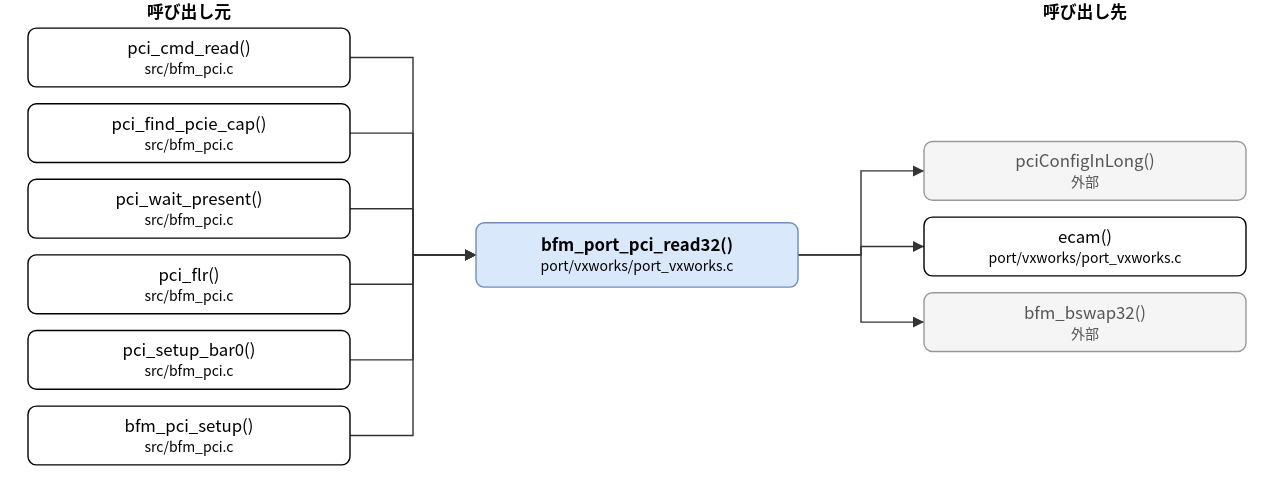
Before: doc/spec/images/call_port_vxworks_port_vxworks__bfm_port_pci_read32.drawio.svg, a diagram exported from draw.io (hf355051012-ai/bfmem). Source tidied: cells renumbered, new cells last; positions are measured from the earlier drawing's top-left corner, leaving out a move shared by most shapes. Source of this version:
```xml
<mxGraphModel>
  <root>
    <mxCell id="0" />
    <mxCell id="1" parent="0" />
    <mxCell id="2" value="bfm_port_pci_read32()&lt;br&gt;&lt;font style=&quot;font-size:10px&quot;&gt;port/vxworks/port_vxworks.c&lt;/font&gt;" style="rounded=1;whiteSpace=wrap;html=1;fillColor=#dae8fc;strokeColor=#6c8ebf;fontStyle=1;" parent="1" vertex="1">
      <mxGeometry x="320" y="159" width="230" height="46" as="geometry" />
    </mxCell>
    <mxCell id="3" value="pci_cmd_read()&lt;br&gt;&lt;font style=&quot;font-size:10px&quot;&gt;src/bfm_pci.c&lt;/font&gt;" style="rounded=1;whiteSpace=wrap;html=1;" parent="1" vertex="1">
      <mxGeometry y="20" width="230" height="42" as="geometry" />
    </mxCell>
    <mxCell id="4" value="pci_find_pcie_cap()&lt;br&gt;&lt;font style=&quot;font-size:10px&quot;&gt;src/bfm_pci.c&lt;/font&gt;" style="rounded=1;whiteSpace=wrap;html=1;" parent="1" vertex="1">
      <mxGeometry y="74" width="230" height="42" as="geometry" />
    </mxCell>
    <mxCell id="5" value="pci_wait_present()&lt;br&gt;&lt;font style=&quot;font-size:10px&quot;&gt;src/bfm_pci.c&lt;/font&gt;" style="rounded=1;whiteSpace=wrap;html=1;" parent="1" vertex="1">
      <mxGeometry y="128" width="230" height="42" as="geometry" />
    </mxCell>
    <mxCell id="6" value="pci_flr()&lt;br&gt;&lt;font style=&quot;font-size:10px&quot;&gt;src/bfm_pci.c&lt;/font&gt;" style="rounded=1;whiteSpace=wrap;html=1;" parent="1" vertex="1">
      <mxGeometry y="182" width="230" height="42" as="geometry" />
    </mxCell>
    <mxCell id="7" value="pci_setup_bar0()&lt;br&gt;&lt;font style=&quot;font-size:10px&quot;&gt;src/bfm_pci.c&lt;/font&gt;" style="rounded=1;whiteSpace=wrap;html=1;" parent="1" vertex="1">
      <mxGeometry y="236" width="230" height="42" as="geometry" />
    </mxCell>
    <mxCell id="8" value="bfm_pci_setup()&lt;br&gt;&lt;font style=&quot;font-size:10px&quot;&gt;src/bfm_pci.c&lt;/font&gt;" style="rounded=1;whiteSpace=wrap;html=1;" parent="1" vertex="1">
      <mxGeometry y="290" width="230" height="42" as="geometry" />
    </mxCell>
    <mxCell id="9" value="pciConfigInLong()&lt;br&gt;&lt;font style=&quot;font-size:10px&quot;&gt;外部&lt;/font&gt;" style="rounded=1;whiteSpace=wrap;html=1;fillColor=#f5f5f5;strokeColor=#999999;fontColor=#555555;" parent="1" vertex="1">
      <mxGeometry x="640" y="101" width="230" height="42" as="geometry" />
    </mxCell>
    <mxCell id="10" value="ecam()&lt;br&gt;&lt;font style=&quot;font-size:10px&quot;&gt;port/vxworks/port_vxworks.c&lt;/font&gt;" style="rounded=1;whiteSpace=wrap;html=1;" parent="1" vertex="1">
      <mxGeometry x="640" y="155" width="230" height="42" as="geometry" />
    </mxCell>
    <mxCell id="11" value="bfm_bswap32()&lt;br&gt;&lt;font style=&quot;font-size:10px&quot;&gt;外部&lt;/font&gt;" style="rounded=1;whiteSpace=wrap;html=1;fillColor=#f5f5f5;strokeColor=#999999;fontColor=#555555;" parent="1" vertex="1">
      <mxGeometry x="640" y="209" width="230" height="42" as="geometry" />
    </mxCell>
    <mxCell id="12" style="edgeStyle=none;html=1;rounded=0;endArrow=block;endFill=1;exitX=1.0000;exitY=0.5000;exitDx=0;exitDy=0;exitPerimeter=0;entryX=0.0000;entryY=0.5000;entryDx=0;entryDy=0;entryPerimeter=0;" parent="1" edge="1" source="3" target="2">
      <mxGeometry relative="1" as="geometry">
        <Array as="points">
          <mxPoint x="275" y="41" />
          <mxPoint x="275" y="182" />
        </Array>
      </mxGeometry>
    </mxCell>
    <mxCell id="13" style="edgeStyle=none;html=1;rounded=0;endArrow=block;endFill=1;exitX=1.0000;exitY=0.5000;exitDx=0;exitDy=0;exitPerimeter=0;entryX=0.0000;entryY=0.5000;entryDx=0;entryDy=0;entryPerimeter=0;" parent="1" edge="1" source="4" target="2">
      <mxGeometry relative="1" as="geometry">
        <Array as="points">
          <mxPoint x="275" y="95" />
          <mxPoint x="275" y="182" />
        </Array>
      </mxGeometry>
    </mxCell>
    <mxCell id="14" style="edgeStyle=none;html=1;rounded=0;endArrow=block;endFill=1;exitX=1.0000;exitY=0.5000;exitDx=0;exitDy=0;exitPerimeter=0;entryX=0.0000;entryY=0.5000;entryDx=0;entryDy=0;entryPerimeter=0;" parent="1" edge="1" source="5" target="2">
      <mxGeometry relative="1" as="geometry">
        <Array as="points">
          <mxPoint x="275" y="149" />
          <mxPoint x="275" y="182" />
        </Array>
      </mxGeometry>
    </mxCell>
    <mxCell id="15" style="edgeStyle=none;html=1;rounded=0;endArrow=block;endFill=1;exitX=1.0000;exitY=0.5000;exitDx=0;exitDy=0;exitPerimeter=0;entryX=0.0000;entryY=0.5000;entryDx=0;entryDy=0;entryPerimeter=0;" parent="1" edge="1" source="6" target="2">
      <mxGeometry relative="1" as="geometry">
        <Array as="points">
          <mxPoint x="275" y="203" />
          <mxPoint x="275" y="182" />
        </Array>
      </mxGeometry>
    </mxCell>
    <mxCell id="16" style="edgeStyle=none;html=1;rounded=0;endArrow=block;endFill=1;exitX=1.0000;exitY=0.5000;exitDx=0;exitDy=0;exitPerimeter=0;entryX=0.0000;entryY=0.5000;entryDx=0;entryDy=0;entryPerimeter=0;" parent="1" edge="1" source="7" target="2">
      <mxGeometry relative="1" as="geometry">
        <Array as="points">
          <mxPoint x="275" y="257" />
          <mxPoint x="275" y="182" />
        </Array>
      </mxGeometry>
    </mxCell>
    <mxCell id="17" style="edgeStyle=none;html=1;rounded=0;endArrow=block;endFill=1;exitX=1.0000;exitY=0.5000;exitDx=0;exitDy=0;exitPerimeter=0;entryX=0.0000;entryY=0.5000;entryDx=0;entryDy=0;entryPerimeter=0;" parent="1" edge="1" source="8" target="2">
      <mxGeometry relative="1" as="geometry">
        <Array as="points">
          <mxPoint x="275" y="311" />
          <mxPoint x="275" y="182" />
        </Array>
      </mxGeometry>
    </mxCell>
    <mxCell id="18" style="edgeStyle=none;html=1;rounded=0;endArrow=block;endFill=1;exitX=1.0000;exitY=0.5000;exitDx=0;exitDy=0;exitPerimeter=0;entryX=0.0000;entryY=0.5000;entryDx=0;entryDy=0;entryPerimeter=0;" parent="1" edge="1" source="2" target="9">
      <mxGeometry relative="1" as="geometry">
        <Array as="points">
          <mxPoint x="595" y="182" />
          <mxPoint x="595" y="122" />
        </Array>
      </mxGeometry>
    </mxCell>
    <mxCell id="19" style="edgeStyle=none;html=1;rounded=0;endArrow=block;endFill=1;exitX=1.0000;exitY=0.5000;exitDx=0;exitDy=0;exitPerimeter=0;entryX=0.0000;entryY=0.5000;entryDx=0;entryDy=0;entryPerimeter=0;" parent="1" edge="1" source="2" target="10">
      <mxGeometry relative="1" as="geometry">
        <Array as="points">
          <mxPoint x="595" y="182" />
          <mxPoint x="595" y="176" />
        </Array>
      </mxGeometry>
    </mxCell>
    <mxCell id="20" style="edgeStyle=none;html=1;rounded=0;endArrow=block;endFill=1;exitX=1.0000;exitY=0.5000;exitDx=0;exitDy=0;exitPerimeter=0;entryX=0.0000;entryY=0.5000;entryDx=0;entryDy=0;entryPerimeter=0;" parent="1" edge="1" source="2" target="11">
      <mxGeometry relative="1" as="geometry">
        <Array as="points">
          <mxPoint x="595" y="182" />
          <mxPoint x="595" y="230" />
        </Array>
      </mxGeometry>
    </mxCell>
    <mxCell id="21" value="呼び出し元" style="text;html=1;align=center;fontStyle=1;" parent="1" vertex="1">
      <mxGeometry x="35" width="160" height="18" as="geometry" />
    </mxCell>
    <mxCell id="22" value="呼び出し先" style="text;html=1;align=center;fontStyle=1;" parent="1" vertex="1">
      <mxGeometry x="675" width="160" height="18" as="geometry" />
    </mxCell>
  </root>
</mxGraphModel>
```
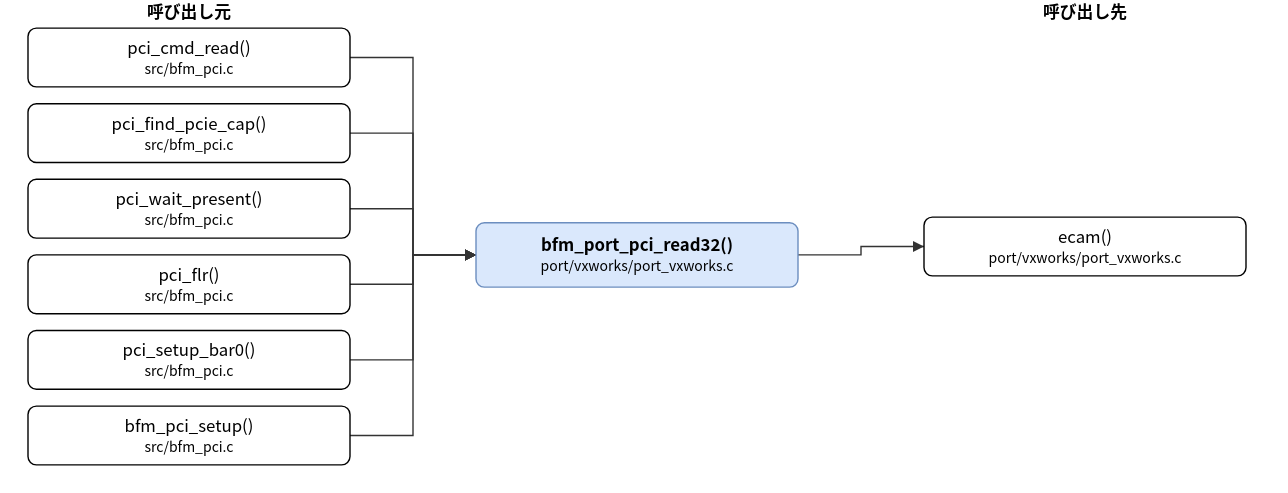
The same diagram one commit later.

The edit, as a diff of the source:
```diff
@@ -23,15 +23,9 @@
     <mxCell id="8" value="bfm_pci_setup()&lt;br&gt;&lt;font style=&quot;font-size:10px&quot;&gt;src/bfm_pci.c&lt;/font&gt;" style="rounded=1;whiteSpace=wrap;html=1;" parent="1" vertex="1">
       <mxGeometry y="290" width="230" height="42" as="geometry" />
     </mxCell>
-    <mxCell id="9" value="pciConfigInLong()&lt;br&gt;&lt;font style=&quot;font-size:10px&quot;&gt;外部&lt;/font&gt;" style="rounded=1;whiteSpace=wrap;html=1;fillColor=#f5f5f5;strokeColor=#999999;fontColor=#555555;" parent="1" vertex="1">
-      <mxGeometry x="640" y="101" width="230" height="42" as="geometry" />
+    <mxCell id="9" value="ecam()&lt;br&gt;&lt;font style=&quot;font-size:10px&quot;&gt;port/vxworks/port_vxworks.c&lt;/font&gt;" style="rounded=1;whiteSpace=wrap;html=1;" parent="1" vertex="1">
+      <mxGeometry x="640" y="155" width="230" height="42" as="geometry" />
     </mxCell>
-    <mxCell id="10" value="ecam()&lt;br&gt;&lt;font style=&quot;font-size:10px&quot;&gt;port/vxworks/port_vxworks.c&lt;/font&gt;" style="rounded=1;whiteSpace=wrap;html=1;" parent="1" vertex="1">
-      <mxGeometry x="640" y="155" width="230" height="42" as="geometry" />
-    </mxCell>
-    <mxCell id="11" value="bfm_bswap32()&lt;br&gt;&lt;font style=&quot;font-size:10px&quot;&gt;外部&lt;/font&gt;" style="rounded=1;whiteSpace=wrap;html=1;fillColor=#f5f5f5;strokeColor=#999999;fontColor=#555555;" parent="1" vertex="1">
-      <mxGeometry x="640" y="209" width="230" height="42" as="geometry" />
-    </mxCell>
     <mxCell id="12" style="edgeStyle=none;html=1;rounded=0;endArrow=block;endFill=1;exitX=1.0000;exitY=0.5000;exitDx=0;exitDy=0;exitPerimeter=0;entryX=0.0000;entryY=0.5000;entryDx=0;entryDy=0;entryPerimeter=0;" parent="1" edge="1" source="3" target="2">
       <mxGeometry relative="1" as="geometry">
         <Array as="points">
@@ -84,26 +78,10 @@
       <mxGeometry relative="1" as="geometry">
         <Array as="points">
           <mxPoint x="595" y="182" />
-          <mxPoint x="595" y="122" />
+          <mxPoint x="595" y="176" />
         </Array>
       </mxGeometry>
     </mxCell>
-    <mxCell id="19" style="edgeStyle=none;html=1;rounded=0;endArrow=block;endFill=1;exitX=1.0000;exitY=0.5000;exitDx=0;exitDy=0;exitPerimeter=0;entryX=0.0000;entryY=0.5000;entryDx=0;entryDy=0;entryPerimeter=0;" parent="1" edge="1" source="2" target="10">
-      <mxGeometry relative="1" as="geometry">
-        <Array as="points">
-          <mxPoint x="595" y="182" />
-          <mxPoint x="595" y="176" />
-        </Array>
-      </mxGeometry>
-    </mxCell>
-    <mxCell id="20" style="edgeStyle=none;html=1;rounded=0;endArrow=block;endFill=1;exitX=1.0000;exitY=0.5000;exitDx=0;exitDy=0;exitPerimeter=0;entryX=0.0000;entryY=0.5000;entryDx=0;entryDy=0;entryPerimeter=0;" parent="1" edge="1" source="2" target="11">
-      <mxGeometry relative="1" as="geometry">
-        <Array as="points">
-          <mxPoint x="595" y="182" />
-          <mxPoint x="595" y="230" />
-        </Array>
-      </mxGeometry>
-    </mxCell>
     <mxCell id="21" value="呼び出し元" style="text;html=1;align=center;fontStyle=1;" parent="1" vertex="1">
       <mxGeometry x="35" width="160" height="18" as="geometry" />
     </mxCell>
```
